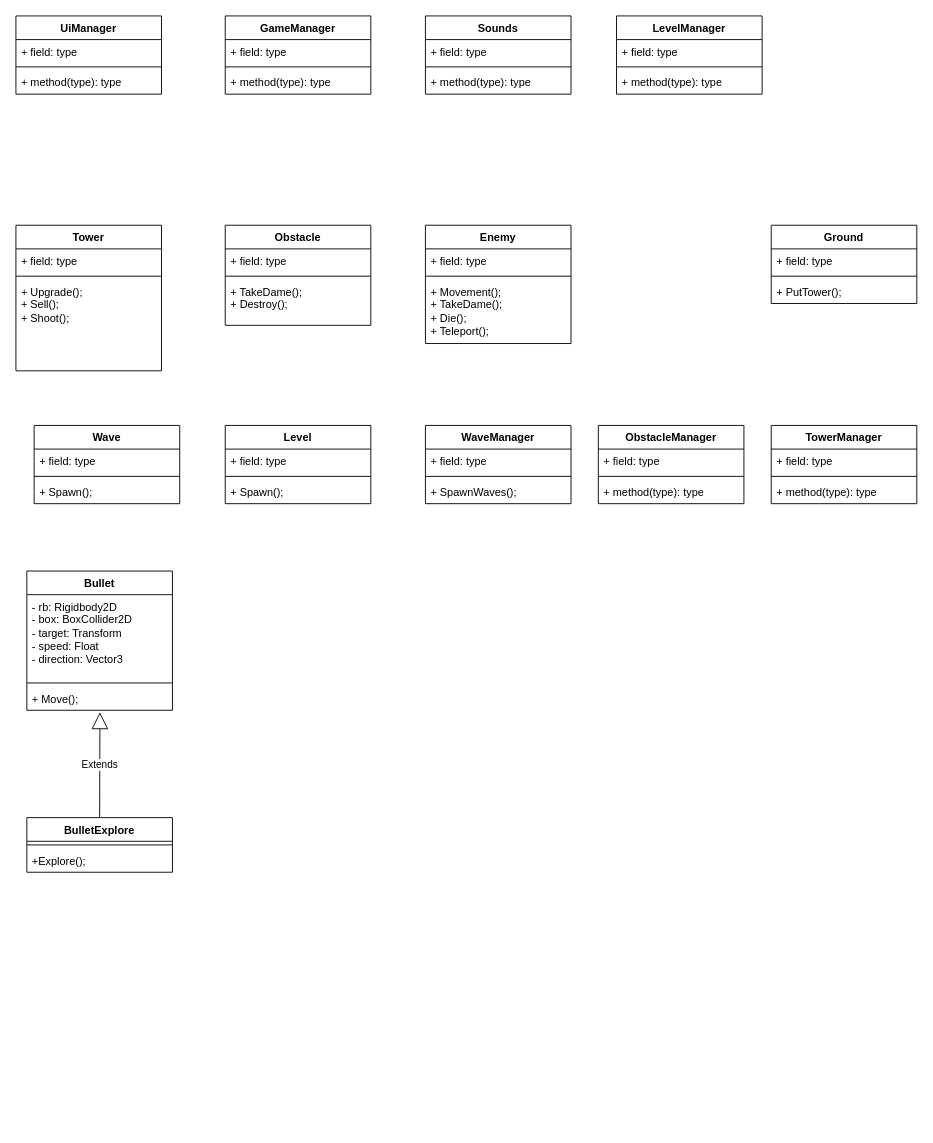
nguyenvanphuong8522/DoAnTotNghiep keeps this draw.io diagram as BaoCao/Diagram/ClassDiagram.drawio. Above is the earlier version. Source tidied: cells renumbered, new cells numbered last; positions are measured from the earlier drawing's top-left corner, leaving out a move shared by most shapes. Both pictures are drawn from the tidied source at 91%, with x=0, y=0 at pixel (15, 15).
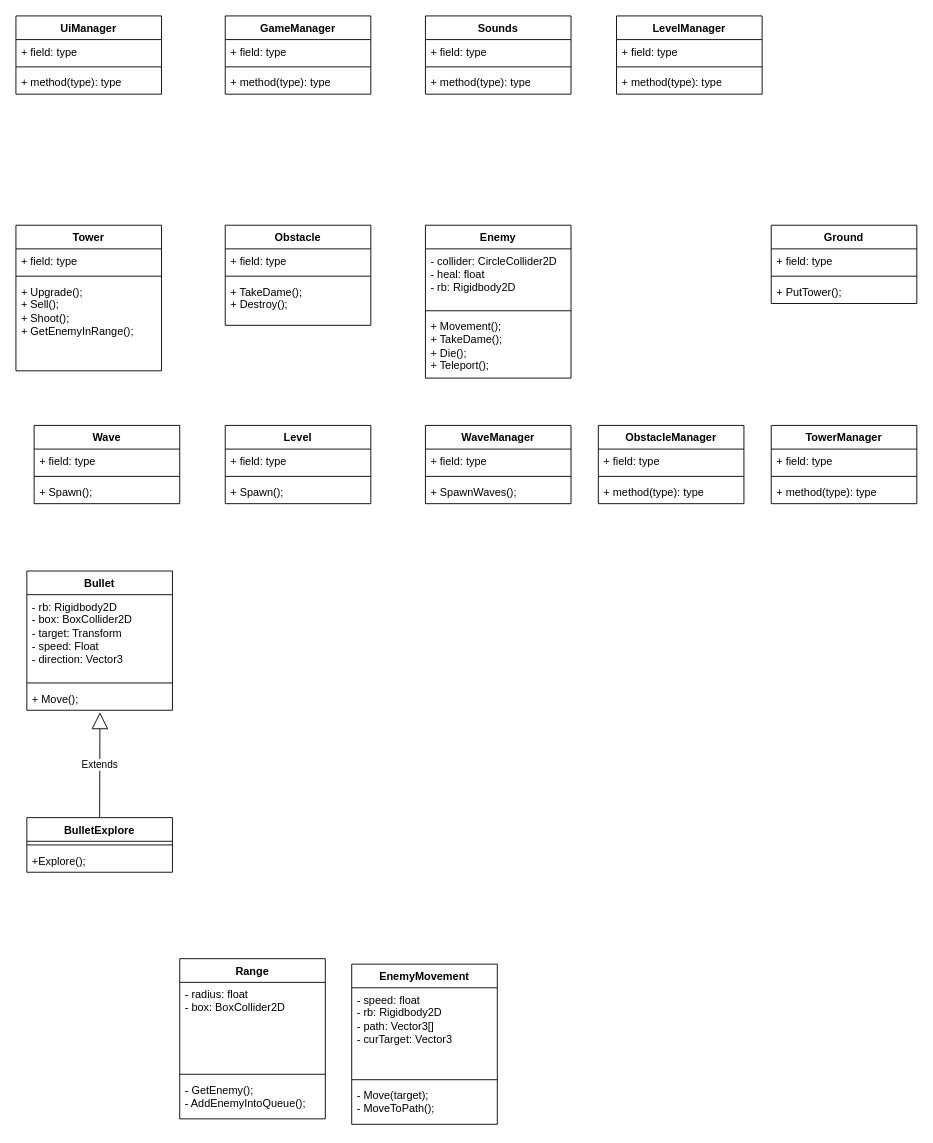
Above is the later version.

The change refers to these unchanged cells:
```xml
<mxCell id="2" value="Tower" style="swimlane;fontStyle=1;align=center;verticalAlign=top;horizontal=1;startSize=26;whiteSpace=wrap;html=1;" parent="1" vertex="1">
  <mxGeometry y="230" width="160" height="160" as="geometry" />
</mxCell>
```

What changed in the source:
```diff
@@
-    <mxCell id="5" value="+ Upgrade();&lt;br&gt;+ Sell();&lt;br&gt;+ Shoot();" style="text;strokeColor=none;fillColor=none;align=left;verticalAlign=top;spacingLeft=4;spacingRight=4;overflow=hidden;whiteSpace=wrap;html=1;" parent="2" vertex="1">
+    <mxCell id="5" value="+ Upgrade();&lt;br&gt;+ Sell();&lt;br&gt;+ Shoot();&lt;div&gt;+ GetEnemyInRange();&lt;/div&gt;" style="text;strokeColor=none;fillColor=none;align=left;verticalAlign=top;spacingLeft=4;spacingRight=4;overflow=hidden;whiteSpace=wrap;html=1;" parent="2" vertex="1">
       <mxGeometry y="60" width="160" height="100" as="geometry" />
     </mxCell>
@@
     <mxCell id="22" value="Enemy" style="swimlane;fontStyle=1;align=center;verticalAlign=top;horizontal=1;startSize=26;whiteSpace=wrap;html=1;" parent="1" vertex="1">
-      <mxGeometry x="450" y="230" width="160" height="130" as="geometry" />
+      <mxGeometry x="450" y="230" width="160" height="168" as="geometry" />
     </mxCell>
-    <mxCell id="23" value="+ field: type" style="text;strokeColor=none;fillColor=none;align=left;verticalAlign=top;spacingLeft=4;spacingRight=4;overflow=hidden;whiteSpace=wrap;html=1;" parent="22" vertex="1">
-      <mxGeometry y="26" width="160" height="26" as="geometry" />
+    <mxCell id="23" value="- collider: CircleCollider2D&lt;div&gt;- heal: float&lt;/div&gt;&lt;div&gt;- rb: Rigidbody2D&lt;/div&gt;" style="text;strokeColor=none;fillColor=none;align=left;verticalAlign=top;spacingLeft=4;spacingRight=4;overflow=hidden;whiteSpace=wrap;html=1;" parent="22" vertex="1">
+      <mxGeometry y="26" width="160" height="64" as="geometry" />
     </mxCell>
     <mxCell id="24" style="line;strokeWidth=1;fillColor=none;align=left;verticalAlign=middle;spacingTop=-1;spacingLeft=3;spacingRight=3;labelPosition=right;strokeColor=inherit;" parent="22" vertex="1">
-      <mxGeometry y="52" width="160" height="8" as="geometry" />
+      <mxGeometry y="90" width="160" height="8" as="geometry" />
     </mxCell>
     <mxCell id="25" value="+ Movement();&lt;br&gt;+ TakeDame();&lt;br&gt;+ Die();&lt;br&gt;+ Teleport();" style="text;strokeColor=none;fillColor=none;align=left;verticalAlign=top;spacingLeft=4;spacingRight=4;overflow=hidden;whiteSpace=wrap;html=1;" parent="22" vertex="1">
-      <mxGeometry y="60" width="160" height="70" as="geometry" />
+      <mxGeometry y="98" width="160" height="70" as="geometry" />
     </mxCell>
@@
+    <mxCell id="62" value="Range" style="swimlane;fontStyle=1;align=center;verticalAlign=top;horizontal=1;startSize=26;whiteSpace=wrap;html=1;" parent="1" vertex="1">
+      <mxGeometry x="180" y="1036" width="160" height="176" as="geometry" />
+    </mxCell>
+    <mxCell id="63" value="- radius: float&lt;div&gt;- box: BoxCollider2D&lt;/div&gt;" style="text;strokeColor=none;fillColor=none;align=left;verticalAlign=top;spacingLeft=4;spacingRight=4;overflow=hidden;whiteSpace=wrap;html=1;" parent="62" vertex="1">
+      <mxGeometry y="26" width="160" height="97" as="geometry" />
+    </mxCell>
+    <mxCell id="64" style="line;strokeWidth=1;fillColor=none;align=left;verticalAlign=middle;spacingTop=-1;spacingLeft=3;spacingRight=3;labelPosition=right;strokeColor=inherit;" parent="62" vertex="1">
+      <mxGeometry y="123" width="160" height="8" as="geometry" />
+    </mxCell>
+    <mxCell id="65" value="- GetEnemy();&lt;div&gt;- AddEnemyIntoQueue();&lt;/div&gt;" style="text;strokeColor=none;fillColor=none;align=left;verticalAlign=top;spacingLeft=4;spacingRight=4;overflow=hidden;whiteSpace=wrap;html=1;" parent="62" vertex="1">
+      <mxGeometry y="131" width="160" height="45" as="geometry" />
+    </mxCell>
+    <mxCell id="66" value="EnemyMovement" style="swimlane;fontStyle=1;align=center;verticalAlign=top;horizontal=1;startSize=26;whiteSpace=wrap;html=1;" parent="1" vertex="1">
+      <mxGeometry x="369" y="1042" width="160" height="176" as="geometry" />
+    </mxCell>
+    <mxCell id="67" value="- speed: float&lt;div&gt;- rb: Rigidbody2D&lt;/div&gt;&lt;div&gt;- path: Vector3[]&lt;/div&gt;&lt;div&gt;- curTarget: Vector3&lt;/div&gt;" style="text;strokeColor=none;fillColor=none;align=left;verticalAlign=top;spacingLeft=4;spacingRight=4;overflow=hidden;whiteSpace=wrap;html=1;" parent="66" vertex="1">
+      <mxGeometry y="26" width="160" height="97" as="geometry" />
+    </mxCell>
+    <mxCell id="68" style="line;strokeWidth=1;fillColor=none;align=left;verticalAlign=middle;spacingTop=-1;spacingLeft=3;spacingRight=3;labelPosition=right;strokeColor=inherit;" parent="66" vertex="1">
+      <mxGeometry y="123" width="160" height="8" as="geometry" />
+    </mxCell>
+    <mxCell id="69" value="- Move(target);&lt;div&gt;- MoveToPath();&lt;/div&gt;" style="text;strokeColor=none;fillColor=none;align=left;verticalAlign=top;spacingLeft=4;spacingRight=4;overflow=hidden;whiteSpace=wrap;html=1;" parent="66" vertex="1">
+      <mxGeometry y="131" width="160" height="45" as="geometry" />
+    </mxCell>
```
